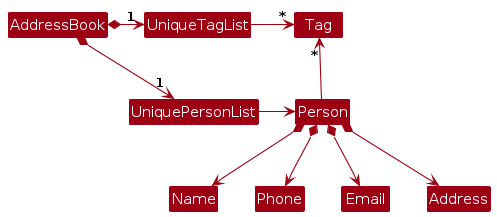
Above: diagrams/BetterModelClassDiagram.png in AY2627S1-CS2103T-W12-3/tp (PlantUML), before the change. Its source is kept beside it as diagrams/BetterModelClassDiagram.puml. Its diagram source:
```plantuml
@startuml
!include style.puml
skinparam arrowThickness 1.1
skinparam arrowColor MODEL_COLOR
skinparam classBackgroundColor MODEL_COLOR

AddressBook *-right-> "1" UniquePersonList
AddressBook *-right-> "1" UniqueTagList
UniqueTagList -[hidden]down- UniquePersonList
UniqueTagList -[hidden]down- UniquePersonList

UniqueTagList -right-> "*" Tag
UniquePersonList -right-> Person

Person -up-> "*" Tag

Person *--> Name
Person *--> Phone
Person *--> Email
Person *--> Address
@enduml
```
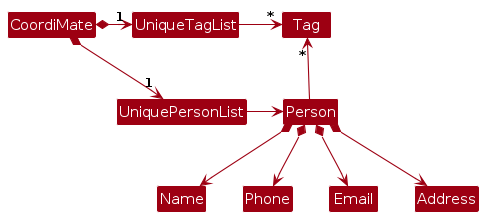
After the change.

Diff of the diagram source:
```diff
@@ -4,8 +4,8 @@
 skinparam arrowColor MODEL_COLOR
 skinparam classBackgroundColor MODEL_COLOR
 
-AddressBook *-right-> "1" UniquePersonList
-AddressBook *-right-> "1" UniqueTagList
+CoordiMate *-right-> "1" UniquePersonList
+CoordiMate *-right-> "1" UniqueTagList
 UniqueTagList -[hidden]down- UniquePersonList
 UniqueTagList -[hidden]down- UniquePersonList
 
```
